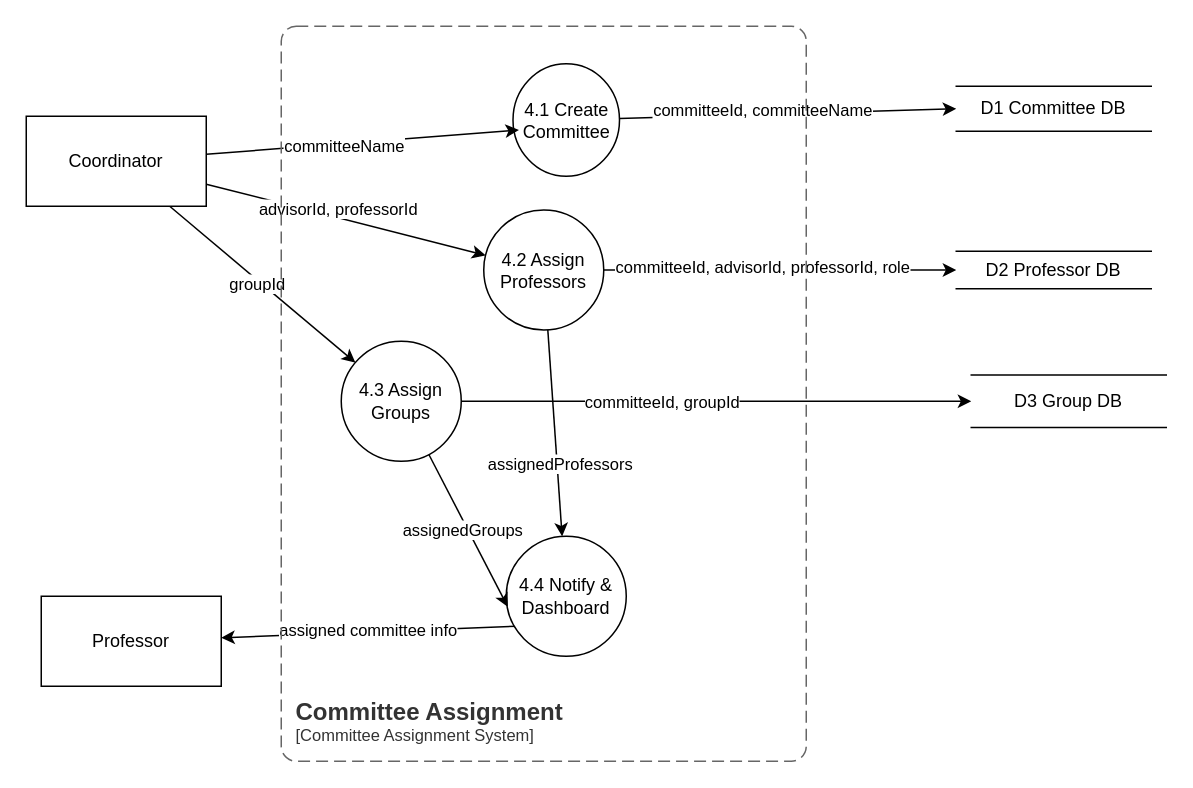
This is docs/diagrams/process4_lvl1.drawio from SE3318-Spring-2025-2026/senior-app-6, a draw.io file, before an edit. Source tidied: cells renumbered, new cells numbered last; positions are measured from the earlier drawing's top-left corner, leaving out a move shared by most shapes. Both pictures are drawn from the tidied source at 150%, with x=0, y=0 at pixel (26, 26).
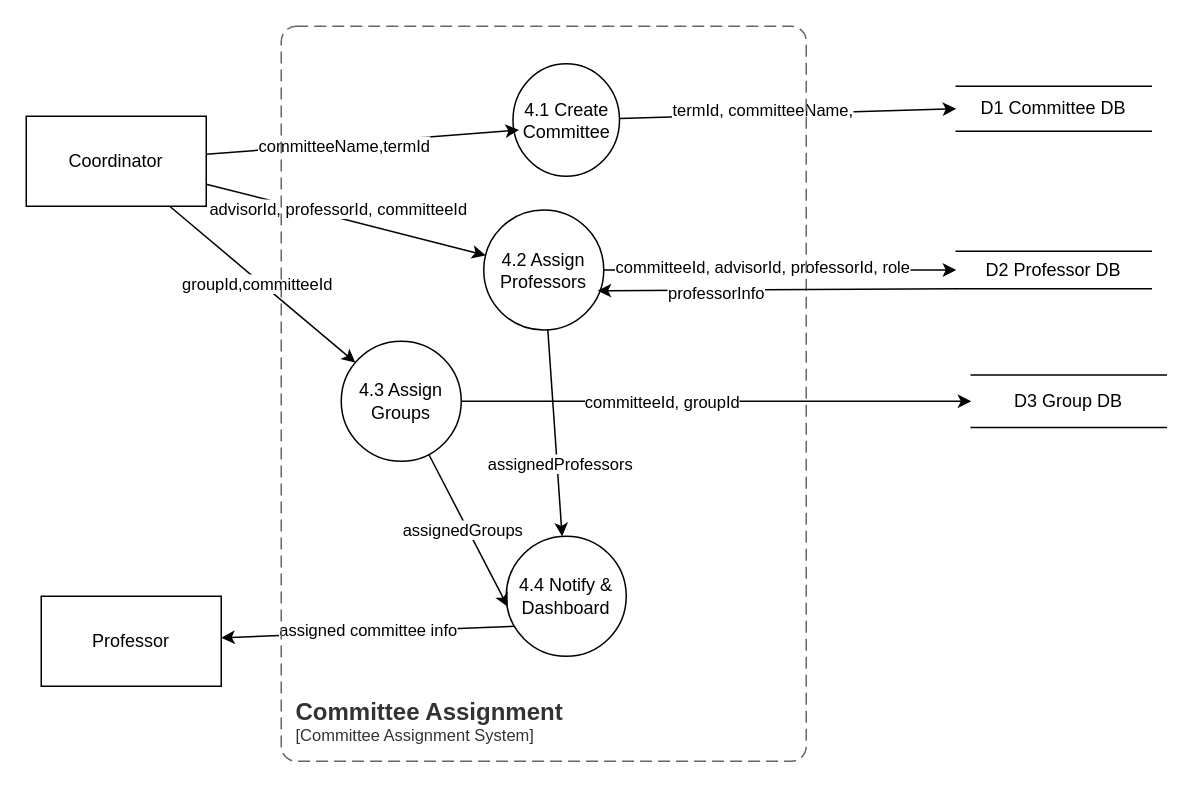
The same page after the edit.

Unchanged cells that the change refers to:
```xml
<mxCell id="2" style="edgeStyle=none;html=1;" parent="1" edge="1" source="6" target="15">
  <mxGeometry relative="1" as="geometry" />
</mxCell>
<mxCell id="4" style="edgeStyle=none;html=1;" parent="1" edge="1" source="6" target="18">
  <mxGeometry relative="1" as="geometry" />
</mxCell>
<mxCell id="8" style="edgeStyle=none;html=1;entryX=0;entryY=0.5;entryDx=0;entryDy=0;" parent="1" edge="1" source="10" target="22">
  <mxGeometry relative="1" as="geometry" />
</mxCell>
<mxCell id="15" value="4.2 Assign Professors" style="ellipse;whiteSpace=wrap;html=1;" parent="1" vertex="1">
  <mxGeometry x="305" y="122.5" width="80" height="80" as="geometry" />
</mxCell>
<mxCell id="23" value="D2 Professor DB" style="html=1;dashed=0;whiteSpace=wrap;shape=partialRectangle;right=0;left=0;" parent="1" vertex="1">
  <mxGeometry x="620" y="150" width="130" height="25" as="geometry" />
</mxCell>
<mxCell id="25" style="edgeStyle=none;html=1;entryX=0.056;entryY=0.589;entryDx=0;entryDy=0;entryPerimeter=0;" parent="1" edge="1" source="6" target="10">
  <mxGeometry relative="1" as="geometry" />
</mxCell>
```

Change to the diagram source:
```diff
@@
-    <mxCell id="3" value="advisorId, professorId" style="edgeLabel;html=1;align=center;verticalAlign=middle;" parent="2" vertex="1">
+    <mxCell id="3" value="advisorId, professorId, committeeId" style="edgeLabel;html=1;align=center;verticalAlign=middle;" parent="2" vertex="1">
       <mxGeometry x="-0.07" y="6" relative="1" as="geometry" />
     </mxCell>
@@
-    <mxCell id="5" value="groupId" style="edgeLabel;html=1;align=center;verticalAlign=middle;" parent="4" vertex="1">
+    <mxCell id="5" value="groupId,committeeId" style="edgeLabel;html=1;align=center;verticalAlign=middle;" parent="4" vertex="1">
       <mxGeometry x="-0.04" y="-1" relative="1" as="geometry">
         <mxPoint x="-1" as="offset" />
       </mxGeometry>
     </mxCell>
@@
-    <mxCell id="9" value="committeeId, committeeName" style="edgeLabel;html=1;align=center;verticalAlign=middle;" parent="8" vertex="1">
+    <mxCell id="9" value="termId, committeeName," style="edgeLabel;html=1;align=center;verticalAlign=middle;" parent="8" vertex="1">
       <mxGeometry x="-0.15" y="3" relative="1" as="geometry" />
     </mxCell>
@@
-    <mxCell id="26" value="committeeName" style="edgeLabel;html=1;align=center;verticalAlign=middle;" parent="25" vertex="1">
+    <mxCell id="26" value="committeeName,termId" style="edgeLabel;html=1;align=center;verticalAlign=middle;" parent="25" vertex="1">
       <mxGeometry x="-0.12" y="-1" relative="1" as="geometry" />
     </mxCell>
@@
+    <mxCell id="30" style="edgeStyle=none;html=1;exitX=0;exitY=1;exitDx=0;exitDy=0;entryX=0.949;entryY=0.673;entryDx=0;entryDy=0;entryPerimeter=0;" parent="1" edge="1" source="23" target="15">
+      <mxGeometry relative="1" as="geometry" />
+    </mxCell>
+    <mxCell id="31" value="professorInfo" style="edgeLabel;html=1;align=center;verticalAlign=middle;" parent="30" vertex="1">
+      <mxGeometry x="0.35" y="2" relative="1" as="geometry" />
+    </mxCell>
```
